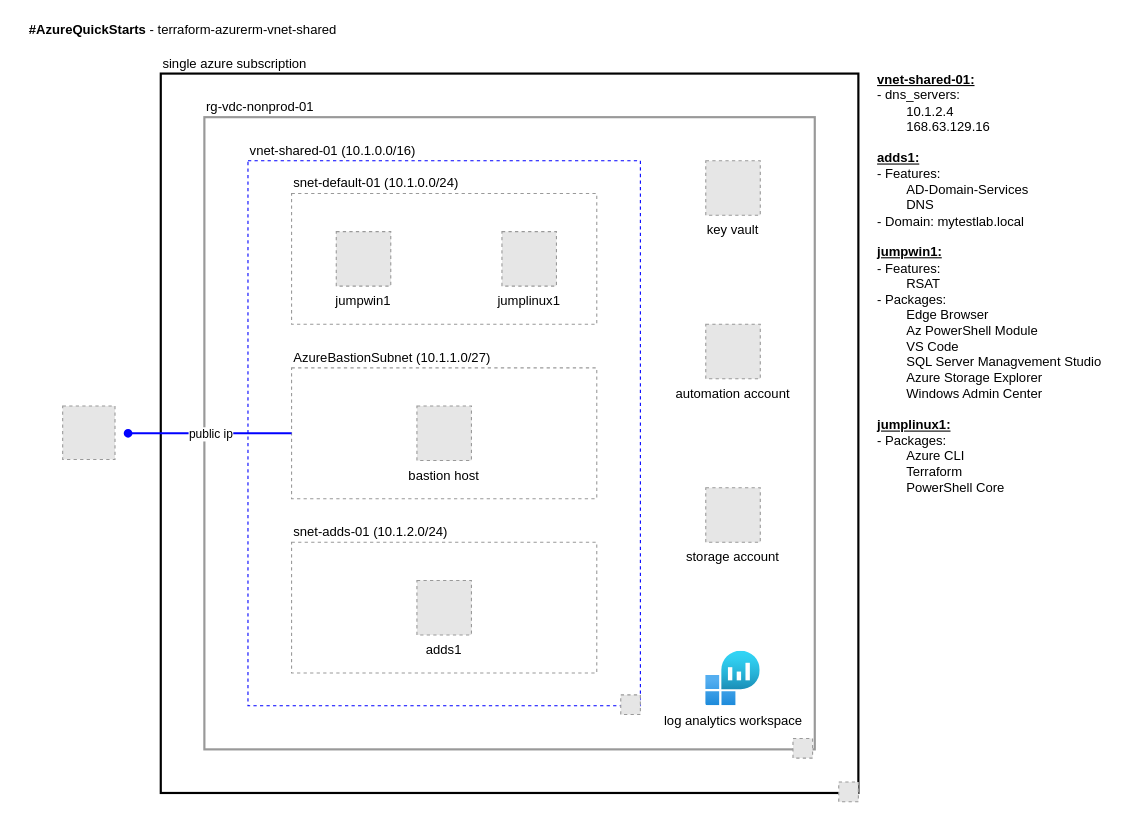
Above: terraform-azurerm-vnet-shared/vnet-shared-diagram.drawio in doherty100/azuresandbox (draw.io), before the change. Source tidied: cells renumbered, new cells numbered last; positions are measured from the earlier drawing's top-left corner, leaving out a move shared by most shapes. Both pictures are drawn from the tidied source at 109%, with x=0, y=0 at pixel (19, 19). Pictures stored in the file or linked from it are replaced by grey dashed boxes.
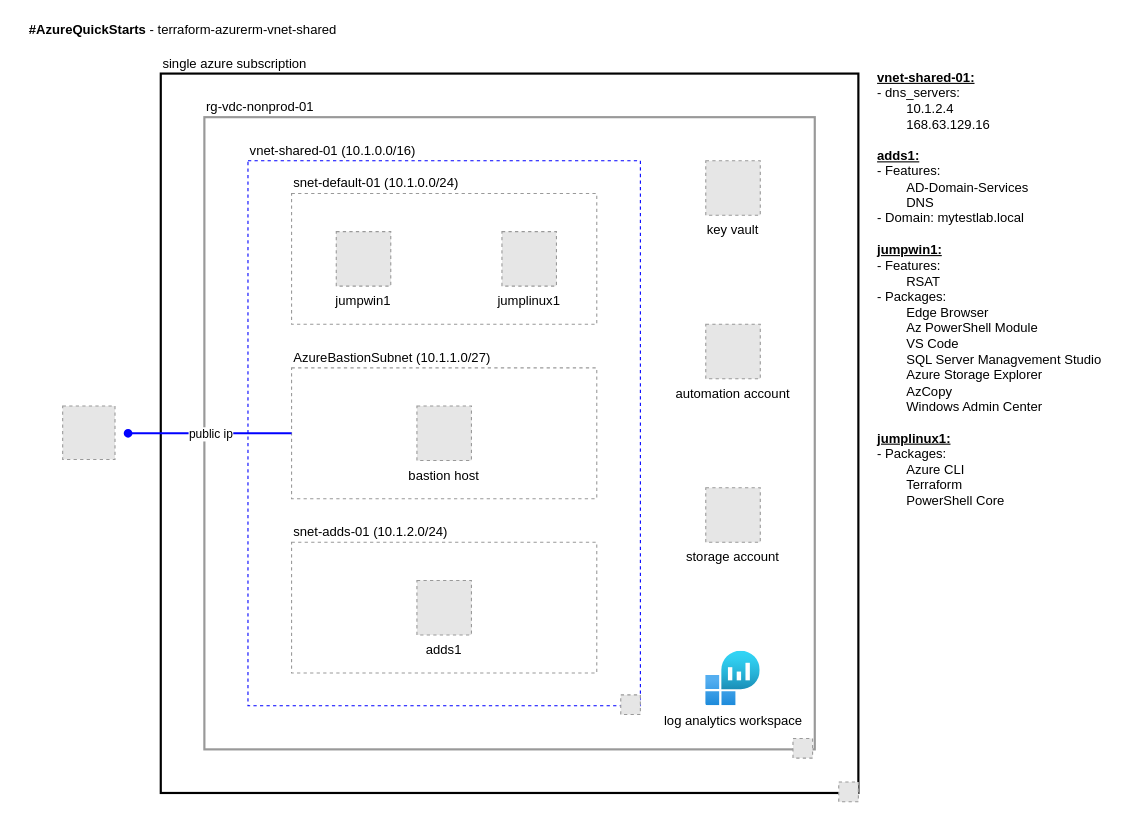
Above is the later version.

The edit, as a diff of the source:
```diff
@@
-    <mxCell id="20" value="&lt;div style=&quot;text-align: left&quot;&gt;&lt;span&gt;&lt;u&gt;&lt;b&gt;vnet-shared-01:&lt;/b&gt;&lt;/u&gt;&lt;/span&gt;&lt;/div&gt;&lt;div style=&quot;text-align: left&quot;&gt;&lt;span&gt;- dns_servers:&amp;nbsp;&lt;/span&gt;&lt;/div&gt;&lt;div style=&quot;text-align: left&quot;&gt;&lt;span&gt;&lt;span style=&quot;white-space: pre&quot;&gt;&#9;&lt;/span&gt;10.1.2.4&lt;/span&gt;&lt;/div&gt;&lt;div style=&quot;text-align: left&quot;&gt;&lt;span&gt;&lt;span style=&quot;white-space: pre&quot;&gt;&#9;&lt;/span&gt;1&lt;/span&gt;&lt;span&gt;68.63.129.16&lt;/span&gt;&lt;/div&gt;&lt;div style=&quot;text-align: left&quot;&gt;&lt;span&gt;&lt;br&gt;&lt;/span&gt;&lt;/div&gt;&lt;div style=&quot;text-align: left&quot;&gt;&lt;div&gt;&lt;u&gt;&lt;b&gt;adds1:&lt;/b&gt;&lt;/u&gt;&lt;/div&gt;&lt;span style=&quot;text-align: center&quot;&gt;- Features:&amp;nbsp;&lt;/span&gt;&lt;/div&gt;&lt;div style=&quot;text-align: left&quot;&gt;&lt;span style=&quot;text-align: center&quot;&gt;&lt;span style=&quot;white-space: pre&quot;&gt;&#9;&lt;/span&gt;AD-Domain-Services&lt;/span&gt;&lt;/div&gt;&lt;div style=&quot;text-align: left&quot;&gt;&lt;span style=&quot;text-align: center&quot;&gt;&lt;span style=&quot;white-space: pre&quot;&gt;&#9;&lt;/span&gt;DNS&lt;/span&gt;&lt;br style=&quot;text-align: center&quot;&gt;&lt;div&gt;- Domain: mytestlab.local&lt;/div&gt;&lt;div&gt;&lt;br&gt;&lt;/div&gt;&lt;/div&gt;&lt;div style=&quot;text-align: left&quot;&gt;&lt;b&gt;&lt;u&gt;jumpwin1:&lt;/u&gt;&lt;/b&gt;&lt;/div&gt;&lt;div style=&quot;text-align: left&quot;&gt;- Features:&lt;/div&gt;&lt;div style=&quot;text-align: left&quot;&gt;&lt;span style=&quot;white-space: pre&quot;&gt;&#9;&lt;/span&gt;RSAT&lt;/div&gt;&lt;div style=&quot;text-align: left&quot;&gt;- Packages:&lt;/div&gt;&lt;div style=&quot;text-align: left&quot;&gt;&lt;span style=&quot;white-space: pre&quot;&gt;&#9;&lt;/span&gt;Edge Browser&lt;br&gt;&lt;/div&gt;&lt;div style=&quot;text-align: left&quot;&gt;&lt;span style=&quot;white-space: pre&quot;&gt;&#9;&lt;/span&gt;&lt;span&gt;Az PowerShell Module&lt;/span&gt;&lt;br&gt;&lt;/div&gt;&lt;div style=&quot;text-align: left&quot;&gt;&lt;span style=&quot;white-space: pre&quot;&gt;&#9;&lt;/span&gt;VS Code&lt;br&gt;&lt;/div&gt;&lt;div style=&quot;text-align: left&quot;&gt;&lt;span style=&quot;white-space: pre&quot;&gt;&#9;&lt;/span&gt;SQL Server Managvement Studio&lt;br&gt;&lt;/div&gt;&lt;div style=&quot;text-align: left&quot;&gt;&lt;span style=&quot;white-space: pre&quot;&gt;&#9;&lt;/span&gt;Azure Storage Explorer&lt;br&gt;&lt;/div&gt;&lt;div style=&quot;text-align: left&quot;&gt;&lt;span style=&quot;white-space: pre&quot;&gt;&#9;&lt;/span&gt;Windows Admin Center&lt;br&gt;&lt;/div&gt;&lt;div style=&quot;text-align: left&quot;&gt;&lt;span&gt;&lt;br&gt;&lt;/span&gt;&lt;/div&gt;&lt;div style=&quot;text-align: left&quot;&gt;&lt;div&gt;&lt;b&gt;&lt;u&gt;jumplinux1:&lt;/u&gt;&lt;/b&gt;&lt;/div&gt;&lt;div&gt;- Packages:&amp;nbsp;&lt;/div&gt;&lt;div&gt;&lt;span style=&quot;white-space: pre&quot;&gt;&#9;&lt;/span&gt;Azure CLI&lt;/div&gt;&lt;div&gt;&lt;span style=&quot;white-space: pre&quot;&gt;&#9;&lt;/span&gt;Terraform&lt;/div&gt;&lt;div&gt;&lt;span style=&quot;white-space: pre&quot;&gt;&#9;&lt;/span&gt;PowerShell Core&lt;br&gt;&lt;/div&gt;&lt;div&gt;&lt;br&gt;&lt;/div&gt;&lt;/div&gt;" style="text;html=1;align=center;verticalAlign=middle;rounded=0;fontColor=#000000;" parent="1" vertex="1">
-      <mxGeometry x="780" y="50" width="220" height="400" as="geometry" />
+    <mxCell id="20" value="&lt;div style=&quot;text-align: left&quot;&gt;&lt;span&gt;&lt;u&gt;&lt;b&gt;vnet-shared-01:&lt;/b&gt;&lt;/u&gt;&lt;/span&gt;&lt;/div&gt;&lt;div style=&quot;text-align: left&quot;&gt;&lt;span&gt;- dns_servers:&amp;nbsp;&lt;/span&gt;&lt;/div&gt;&lt;div style=&quot;text-align: left&quot;&gt;&lt;span&gt;&lt;span style=&quot;white-space: pre&quot;&gt;&#9;&lt;/span&gt;10.1.2.4&lt;/span&gt;&lt;/div&gt;&lt;div style=&quot;text-align: left&quot;&gt;&lt;span&gt;&lt;span style=&quot;white-space: pre&quot;&gt;&#9;&lt;/span&gt;1&lt;/span&gt;&lt;span&gt;68.63.129.16&lt;/span&gt;&lt;/div&gt;&lt;div style=&quot;text-align: left&quot;&gt;&lt;span&gt;&lt;br&gt;&lt;/span&gt;&lt;/div&gt;&lt;div style=&quot;text-align: left&quot;&gt;&lt;div&gt;&lt;u&gt;&lt;b&gt;adds1:&lt;/b&gt;&lt;/u&gt;&lt;/div&gt;&lt;span style=&quot;text-align: center&quot;&gt;- Features:&amp;nbsp;&lt;/span&gt;&lt;/div&gt;&lt;div style=&quot;text-align: left&quot;&gt;&lt;span style=&quot;text-align: center&quot;&gt;&lt;span style=&quot;white-space: pre&quot;&gt;&#9;&lt;/span&gt;AD-Domain-Services&lt;/span&gt;&lt;/div&gt;&lt;div style=&quot;text-align: left&quot;&gt;&lt;span style=&quot;text-align: center&quot;&gt;&lt;span style=&quot;white-space: pre&quot;&gt;&#9;&lt;/span&gt;DNS&lt;/span&gt;&lt;br style=&quot;text-align: center&quot;&gt;&lt;div&gt;- Domain: mytestlab.local&lt;/div&gt;&lt;div&gt;&lt;br&gt;&lt;/div&gt;&lt;/div&gt;&lt;div style=&quot;text-align: left&quot;&gt;&lt;b&gt;&lt;u&gt;jumpwin1:&lt;/u&gt;&lt;/b&gt;&lt;/div&gt;&lt;div style=&quot;text-align: left&quot;&gt;- Features:&lt;/div&gt;&lt;div style=&quot;text-align: left&quot;&gt;&lt;span style=&quot;white-space: pre&quot;&gt;&#9;&lt;/span&gt;RSAT&lt;/div&gt;&lt;div style=&quot;text-align: left&quot;&gt;- Packages:&lt;/div&gt;&lt;div style=&quot;text-align: left&quot;&gt;&lt;span style=&quot;white-space: pre&quot;&gt;&#9;&lt;/span&gt;Edge Browser&lt;br&gt;&lt;/div&gt;&lt;div style=&quot;text-align: left&quot;&gt;&lt;span style=&quot;white-space: pre&quot;&gt;&#9;&lt;/span&gt;&lt;span&gt;Az PowerShell Module&lt;/span&gt;&lt;br&gt;&lt;/div&gt;&lt;div style=&quot;text-align: left&quot;&gt;&lt;span style=&quot;white-space: pre&quot;&gt;&#9;&lt;/span&gt;VS Code&lt;br&gt;&lt;/div&gt;&lt;div style=&quot;text-align: left&quot;&gt;&lt;span style=&quot;white-space: pre&quot;&gt;&#9;&lt;/span&gt;SQL Server Managvement Studio&lt;/div&gt;&lt;div style=&quot;text-align: left&quot;&gt;&lt;span style=&quot;white-space: pre&quot;&gt;&#9;&lt;/span&gt;Azure Storage Explorer&lt;br&gt;&lt;/div&gt;&lt;div style=&quot;text-align: left&quot;&gt;&lt;span style=&quot;white-space: pre&quot;&gt;&#9;&lt;/span&gt;AzCopy&lt;br&gt;&lt;/div&gt;&lt;div style=&quot;text-align: left&quot;&gt;&lt;span style=&quot;white-space: pre&quot;&gt;&#9;&lt;/span&gt;Windows Admin Center&lt;br&gt;&lt;/div&gt;&lt;div style=&quot;text-align: left&quot;&gt;&lt;span&gt;&lt;br&gt;&lt;/span&gt;&lt;/div&gt;&lt;div style=&quot;text-align: left&quot;&gt;&lt;div&gt;&lt;b&gt;&lt;u&gt;jumplinux1:&lt;/u&gt;&lt;/b&gt;&lt;/div&gt;&lt;div&gt;- Packages:&amp;nbsp;&lt;/div&gt;&lt;div&gt;&lt;span style=&quot;white-space: pre&quot;&gt;&#9;&lt;/span&gt;Azure CLI&lt;/div&gt;&lt;div&gt;&lt;span style=&quot;white-space: pre&quot;&gt;&#9;&lt;/span&gt;Terraform&lt;/div&gt;&lt;div&gt;&lt;span style=&quot;white-space: pre&quot;&gt;&#9;&lt;/span&gt;PowerShell Core&lt;br&gt;&lt;/div&gt;&lt;div&gt;&lt;br&gt;&lt;/div&gt;&lt;/div&gt;" style="text;html=1;align=center;verticalAlign=middle;rounded=0;fontColor=#000000;" parent="1" vertex="1">
+      <mxGeometry x="780" y="50" width="220" height="410" as="geometry" />
     </mxCell>
```
